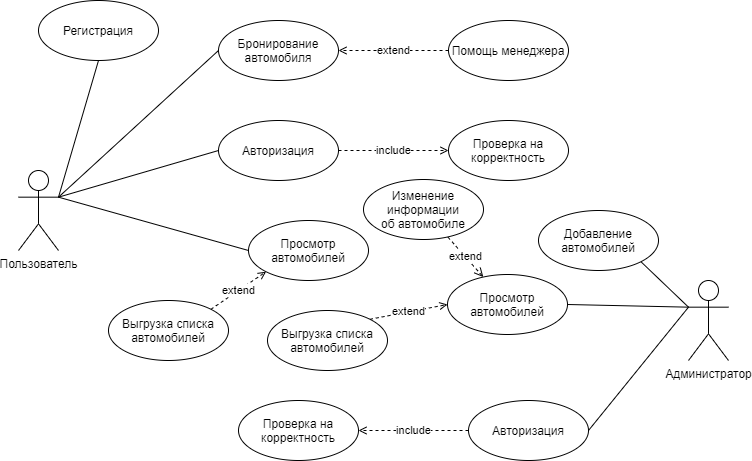
vazavur/practice_autosellerscentre keeps this draw.io diagram as Документация/Диаграмма вариантов использования.png. Above is the earlier version. Source tidied: cells renumbered, new cells last; positions are measured from the earlier drawing's top-left corner, leaving out a move shared by most shapes. Its diagram source:
```xml
<mxGraphModel>
  <root>
    <mxCell id="0" />
    <mxCell id="1" parent="0" />
    <mxCell id="2" style="rounded=0;jettySize=auto;html=1;exitX=1;exitY=0.3333333333333333;exitDx=0;exitDy=0;exitPerimeter=0;entryX=0;entryY=0.5;entryDx=0;entryDy=0;endArrow=none;endFill=0;" parent="1" edge="1" source="6" target="12">
      <mxGeometry relative="1" as="geometry" />
    </mxCell>
    <mxCell id="3" style="edgeStyle=none;rounded=0;jettySize=auto;html=1;exitX=1;exitY=0.3333333333333333;exitDx=0;exitDy=0;exitPerimeter=0;entryX=0;entryY=0.5;entryDx=0;entryDy=0;endArrow=none;endFill=0;" parent="1" edge="1" source="6" target="20">
      <mxGeometry relative="1" as="geometry" />
    </mxCell>
    <mxCell id="4" style="rounded=0;jettySize=auto;html=1;exitX=1;exitY=0.3333333333333333;exitDx=0;exitDy=0;exitPerimeter=0;entryX=0;entryY=0.5;entryDx=0;entryDy=0;endArrow=none;endFill=0;" parent="1" edge="1" source="6" target="21">
      <mxGeometry relative="1" as="geometry" />
    </mxCell>
    <mxCell id="5" style="rounded=0;jettySize=auto;html=1;exitX=1;exitY=0.3333333333333333;exitDx=0;exitDy=0;exitPerimeter=0;entryX=0.5;entryY=1;entryDx=0;entryDy=0;endArrow=none;endFill=0;" parent="1" edge="1" source="6" target="24">
      <mxGeometry relative="1" as="geometry" />
    </mxCell>
    <mxCell id="6" value="Пользователь" style="shape=umlActor;verticalLabelPosition=bottom;verticalAlign=top;html=1;outlineConnect=0;" parent="1" vertex="1">
      <mxGeometry y="170" width="40" height="80" as="geometry" />
    </mxCell>
    <mxCell id="7" style="edgeStyle=none;rounded=0;jettySize=auto;html=1;exitX=0;exitY=0.3333333333333333;exitDx=0;exitDy=0;exitPerimeter=0;endArrow=none;endFill=0;entryX=1;entryY=0.5;entryDx=0;entryDy=0;" parent="1" edge="1" source="10" target="15">
      <mxGeometry relative="1" as="geometry" />
    </mxCell>
    <mxCell id="8" style="edgeStyle=none;rounded=0;jettySize=auto;html=1;exitX=0;exitY=0.3333333333333333;exitDx=0;exitDy=0;exitPerimeter=0;entryX=1;entryY=0.5;entryDx=0;entryDy=0;endArrow=none;endFill=0;" parent="1" edge="1" source="10" target="18">
      <mxGeometry relative="1" as="geometry" />
    </mxCell>
    <mxCell id="9" style="edgeStyle=none;rounded=0;jettySize=auto;html=1;exitX=0;exitY=0.3333333333333333;exitDx=0;exitDy=0;exitPerimeter=0;entryX=1;entryY=1;entryDx=0;entryDy=0;endArrow=none;endFill=0;" parent="1" edge="1" source="10" target="19">
      <mxGeometry relative="1" as="geometry" />
    </mxCell>
    <mxCell id="10" value="Администратор" style="shape=umlActor;verticalLabelPosition=bottom;verticalAlign=top;html=1;outlineConnect=0;" parent="1" vertex="1">
      <mxGeometry x="670" y="280" width="40" height="80" as="geometry" />
    </mxCell>
    <mxCell id="11" value="include" style="edgeStyle=none;rounded=0;jettySize=auto;html=1;endArrow=open;endFill=0;dashed=1;" parent="1" edge="1" source="12" target="13">
      <mxGeometry relative="1" as="geometry" />
    </mxCell>
    <mxCell id="12" value="Авторизация" style="ellipse;whiteSpace=wrap;html=1;" parent="1" vertex="1">
      <mxGeometry x="200" y="120" width="120" height="60" as="geometry" />
    </mxCell>
    <mxCell id="13" value="Проверка на корректность" style="ellipse;whiteSpace=wrap;html=1;" parent="1" vertex="1">
      <mxGeometry x="430" y="120" width="120" height="60" as="geometry" />
    </mxCell>
    <mxCell id="14" value="include" style="edgeStyle=none;rounded=0;jettySize=auto;html=1;exitX=0;exitY=0.5;exitDx=0;exitDy=0;entryX=1;entryY=0.5;entryDx=0;entryDy=0;endArrow=open;endFill=0;dashed=1;" parent="1" edge="1" source="15" target="16">
      <mxGeometry relative="1" as="geometry" />
    </mxCell>
    <mxCell id="15" value="Авторизация" style="ellipse;whiteSpace=wrap;html=1;" parent="1" vertex="1">
      <mxGeometry x="450" y="400" width="120" height="60" as="geometry" />
    </mxCell>
    <mxCell id="16" value="Проверка на корректность" style="ellipse;whiteSpace=wrap;html=1;" parent="1" vertex="1">
      <mxGeometry x="220" y="400" width="120" height="60" as="geometry" />
    </mxCell>
    <mxCell id="17" value="extend" style="edgeStyle=none;rounded=0;jettySize=auto;html=1;endArrow=none;endFill=0;startArrow=open;startFill=0;dashed=1;endSize=6;startSize=7;" parent="1" edge="1" source="18" target="25">
      <mxGeometry relative="1" as="geometry" />
    </mxCell>
    <mxCell id="18" value="Просмотр автомобилей" style="ellipse;whiteSpace=wrap;html=1;" parent="1" vertex="1">
      <mxGeometry x="429" y="274" width="120" height="60" as="geometry" />
    </mxCell>
    <mxCell id="19" value="Добавление автомобилей" style="ellipse;whiteSpace=wrap;html=1;" parent="1" vertex="1">
      <mxGeometry x="520" y="210" width="120" height="60" as="geometry" />
    </mxCell>
    <mxCell id="20" value="Просмотр автомобилей" style="ellipse;whiteSpace=wrap;html=1;" parent="1" vertex="1">
      <mxGeometry x="230" y="220" width="120" height="60" as="geometry" />
    </mxCell>
    <mxCell id="21" value="Бронирование&lt;br&gt;автомобиля" style="ellipse;whiteSpace=wrap;html=1;" parent="1" vertex="1">
      <mxGeometry x="200" y="20" width="120" height="60" as="geometry" />
    </mxCell>
    <mxCell id="22" value="extend" style="edgeStyle=none;rounded=0;jettySize=auto;html=1;exitX=0;exitY=0.5;exitDx=0;exitDy=0;entryX=1;entryY=0.5;entryDx=0;entryDy=0;endArrow=open;endFill=0;dashed=1;" parent="1" edge="1" source="23" target="21">
      <mxGeometry relative="1" as="geometry" />
    </mxCell>
    <mxCell id="23" value="Помощь менеджера" style="ellipse;whiteSpace=wrap;html=1;" parent="1" vertex="1">
      <mxGeometry x="430" y="20" width="120" height="60" as="geometry" />
    </mxCell>
    <mxCell id="24" value="Регистрация" style="ellipse;whiteSpace=wrap;html=1;" parent="1" vertex="1">
      <mxGeometry x="20" width="120" height="60" as="geometry" />
    </mxCell>
    <mxCell id="25" value="Изменение&lt;br&gt;информации&lt;br&gt;об автомобиле" style="ellipse;whiteSpace=wrap;html=1;" parent="1" vertex="1">
      <mxGeometry x="345" y="179" width="120" height="60" as="geometry" />
    </mxCell>
    <mxCell id="26" value="extend" style="rounded=0;jettySize=auto;html=1;exitX=1;exitY=0;exitDx=0;exitDy=0;entryX=0;entryY=1;entryDx=0;entryDy=0;dashed=1;endArrow=open;endFill=0;" parent="1" edge="1" source="27" target="20">
      <mxGeometry relative="1" as="geometry" />
    </mxCell>
    <mxCell id="27" value="Выгрузка списка&lt;br&gt;автомобилей" style="ellipse;whiteSpace=wrap;html=1;" parent="1" vertex="1">
      <mxGeometry x="90" y="300" width="120" height="60" as="geometry" />
    </mxCell>
    <mxCell id="28" value="extend" style="edgeStyle=none;rounded=0;jettySize=auto;html=1;exitX=1;exitY=0;exitDx=0;exitDy=0;entryX=0;entryY=0.5;entryDx=0;entryDy=0;dashed=1;endArrow=open;endFill=0;" parent="1" edge="1" source="29" target="18">
      <mxGeometry relative="1" as="geometry" />
    </mxCell>
    <mxCell id="29" value="Выгрузка списка&lt;br&gt;автомобилей" style="ellipse;whiteSpace=wrap;html=1;" parent="1" vertex="1">
      <mxGeometry x="249" y="310" width="120" height="60" as="geometry" />
    </mxCell>
  </root>
</mxGraphModel>
```
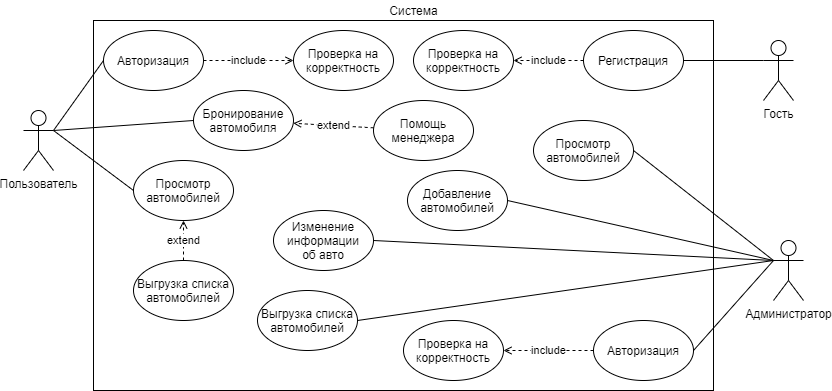
Above is the later version.

Change to the diagram source:
```diff
@@ -2,89 +2,104 @@
   <root>
     <mxCell id="0" />
     <mxCell id="1" parent="0" />
-    <mxCell id="2" style="rounded=0;jettySize=auto;html=1;exitX=1;exitY=0.3333333333333333;exitDx=0;exitDy=0;exitPerimeter=0;entryX=0;entryY=0.5;entryDx=0;entryDy=0;endArrow=none;endFill=0;" parent="1" edge="1" source="6" target="12">
-      <mxGeometry relative="1" as="geometry" />
-    </mxCell>
-    <mxCell id="3" style="edgeStyle=none;rounded=0;jettySize=auto;html=1;exitX=1;exitY=0.3333333333333333;exitDx=0;exitDy=0;exitPerimeter=0;entryX=0;entryY=0.5;entryDx=0;entryDy=0;endArrow=none;endFill=0;" parent="1" edge="1" source="6" target="20">
-      <mxGeometry relative="1" as="geometry" />
-    </mxCell>
+    <mxCell id="30" style="rounded=0;whiteSpace=wrap;html=1;" parent="1" vertex="1">
+      <mxGeometry x="20" y="30" width="620" height="370" as="geometry" />
+    </mxCell>
+    <mxCell id="31" style="edgeStyle=none;rounded=0;jettySize=auto;html=1;exitX=1;exitY=0.3333333333333333;exitDx=0;exitDy=0;exitPerimeter=0;entryX=0;entryY=0.5;entryDx=0;entryDy=0;endArrow=none;endFill=0;" parent="1" edge="1" source="6" target="41">
+      <mxGeometry relative="1" as="geometry" />
+    </mxCell>
+    <mxCell id="32" style="edgeStyle=none;rounded=0;jettySize=auto;html=1;exitX=1;exitY=0.3333333333333333;exitDx=0;exitDy=0;exitPerimeter=0;entryX=0;entryY=0.5;entryDx=0;entryDy=0;endArrow=none;endFill=0;" parent="1" edge="1" source="6" target="43">
+      <mxGeometry relative="1" as="geometry" />
+    </mxCell>
-    <mxCell id="4" style="rounded=0;jettySize=auto;html=1;exitX=1;exitY=0.3333333333333333;exitDx=0;exitDy=0;exitPerimeter=0;entryX=0;entryY=0.5;entryDx=0;entryDy=0;endArrow=none;endFill=0;" parent="1" edge="1" source="6" target="21">
+    <mxCell id="4" style="edgeStyle=none;rounded=0;jettySize=auto;html=1;exitX=1;exitY=0.3333333333333333;exitDx=0;exitDy=0;exitPerimeter=0;entryX=0;entryY=0.5;entryDx=0;entryDy=0;endArrow=none;endFill=0;" parent="1" edge="1" source="6" target="21">
       <mxGeometry relative="1" as="geometry" />
     </mxCell>
-    <mxCell id="5" style="rounded=0;jettySize=auto;html=1;exitX=1;exitY=0.3333333333333333;exitDx=0;exitDy=0;exitPerimeter=0;entryX=0.5;entryY=1;entryDx=0;entryDy=0;endArrow=none;endFill=0;" parent="1" edge="1" source="6" target="24">
-      <mxGeometry relative="1" as="geometry" />
-    </mxCell>
     <mxCell id="6" value="Пользователь" style="shape=umlActor;verticalLabelPosition=bottom;verticalAlign=top;html=1;outlineConnect=0;" parent="1" vertex="1">
-      <mxGeometry y="170" width="40" height="80" as="geometry" />
+      <mxGeometry x="-50" y="120" width="30" height="60" as="geometry" />
     </mxCell>
-    <mxCell id="7" style="edgeStyle=none;rounded=0;jettySize=auto;html=1;exitX=0;exitY=0.3333333333333333;exitDx=0;exitDy=0;exitPerimeter=0;endArrow=none;endFill=0;entryX=1;entryY=0.5;entryDx=0;entryDy=0;" parent="1" edge="1" source="10" target="15">
-      <mxGeometry relative="1" as="geometry" />
-    </mxCell>
-    <mxCell id="8" style="edgeStyle=none;rounded=0;jettySize=auto;html=1;exitX=0;exitY=0.3333333333333333;exitDx=0;exitDy=0;exitPerimeter=0;entryX=1;entryY=0.5;entryDx=0;entryDy=0;endArrow=none;endFill=0;" parent="1" edge="1" source="10" target="18">
-      <mxGeometry relative="1" as="geometry" />
-    </mxCell>
+    <mxCell id="33" style="edgeStyle=none;rounded=0;jettySize=auto;html=1;exitX=0;exitY=0.3333333333333333;exitDx=0;exitDy=0;exitPerimeter=0;entryX=1;entryY=0.5;entryDx=0;entryDy=0;endArrow=none;endFill=0;" parent="1" edge="1" source="10" target="46">
+      <mxGeometry relative="1" as="geometry" />
+    </mxCell>
-    <mxCell id="9" style="edgeStyle=none;rounded=0;jettySize=auto;html=1;exitX=0;exitY=0.3333333333333333;exitDx=0;exitDy=0;exitPerimeter=0;entryX=1;entryY=1;entryDx=0;entryDy=0;endArrow=none;endFill=0;" parent="1" edge="1" source="10" target="19">
+    <mxCell id="9" style="edgeStyle=none;rounded=0;jettySize=auto;html=1;exitX=0;exitY=0.3333333333333333;exitDx=0;exitDy=0;exitPerimeter=0;entryX=1;entryY=0.5;entryDx=0;entryDy=0;endArrow=none;endFill=0;" parent="1" edge="1" source="10" target="19">
       <mxGeometry relative="1" as="geometry" />
     </mxCell>
+    <mxCell id="34" style="edgeStyle=none;rounded=0;jettySize=auto;html=1;exitX=0;exitY=0.3333333333333333;exitDx=0;exitDy=0;exitPerimeter=0;entryX=1;entryY=0.5;entryDx=0;entryDy=0;endArrow=none;endFill=0;" parent="1" edge="1" source="10" target="49">
+      <mxGeometry relative="1" as="geometry" />
+    </mxCell>
+    <mxCell id="35" style="edgeStyle=none;rounded=0;jettySize=auto;html=1;exitX=0;exitY=0.3333333333333333;exitDx=0;exitDy=0;exitPerimeter=0;entryX=1;entryY=0.5;entryDx=0;entryDy=0;endArrow=none;endFill=0;" parent="1" edge="1" source="10" target="47">
+      <mxGeometry relative="1" as="geometry" />
+    </mxCell>
+    <mxCell id="36" style="edgeStyle=none;rounded=0;jettySize=auto;html=1;exitX=0;exitY=0.3333333333333333;exitDx=0;exitDy=0;exitPerimeter=0;entryX=1;entryY=0.5;entryDx=0;entryDy=0;endArrow=none;endFill=0;" parent="1" edge="1" source="10" target="51">
+      <mxGeometry relative="1" as="geometry" />
+    </mxCell>
     <mxCell id="10" value="Администратор" style="shape=umlActor;verticalLabelPosition=bottom;verticalAlign=top;html=1;outlineConnect=0;" parent="1" vertex="1">
-      <mxGeometry x="670" y="280" width="40" height="80" as="geometry" />
+      <mxGeometry x="700" y="250" width="30" height="60" as="geometry" />
     </mxCell>
-    <mxCell id="11" value="include" style="edgeStyle=none;rounded=0;jettySize=auto;html=1;endArrow=open;endFill=0;dashed=1;" parent="1" edge="1" source="12" target="13">
+    <mxCell id="11" value="include" style="edgeStyle=none;rounded=0;jettySize=auto;html=1;endArrow=open;endFill=0;dashed=1;" parent="1" edge="1" source="24" target="39">
       <mxGeometry relative="1" as="geometry" />
     </mxCell>
-    <mxCell id="12" value="Авторизация" style="ellipse;whiteSpace=wrap;html=1;" parent="1" vertex="1">
-      <mxGeometry x="200" y="120" width="120" height="60" as="geometry" />
-    </mxCell>
-    <mxCell id="13" value="Проверка на корректность" style="ellipse;whiteSpace=wrap;html=1;" parent="1" vertex="1">
-      <mxGeometry x="430" y="120" width="120" height="60" as="geometry" />
-    </mxCell>
-    <mxCell id="14" value="include" style="edgeStyle=none;rounded=0;jettySize=auto;html=1;exitX=0;exitY=0.5;exitDx=0;exitDy=0;entryX=1;entryY=0.5;entryDx=0;entryDy=0;endArrow=open;endFill=0;dashed=1;" parent="1" edge="1" source="15" target="16">
-      <mxGeometry relative="1" as="geometry" />
-    </mxCell>
-    <mxCell id="15" value="Авторизация" style="ellipse;whiteSpace=wrap;html=1;" parent="1" vertex="1">
-      <mxGeometry x="450" y="400" width="120" height="60" as="geometry" />
-    </mxCell>
-    <mxCell id="16" value="Проверка на корректность" style="ellipse;whiteSpace=wrap;html=1;" parent="1" vertex="1">
-      <mxGeometry x="220" y="400" width="120" height="60" as="geometry" />
-    </mxCell>
-    <mxCell id="17" value="extend" style="edgeStyle=none;rounded=0;jettySize=auto;html=1;endArrow=none;endFill=0;startArrow=open;startFill=0;dashed=1;endSize=6;startSize=7;" parent="1" edge="1" source="18" target="25">
-      <mxGeometry relative="1" as="geometry" />
-    </mxCell>
-    <mxCell id="18" value="Просмотр автомобилей" style="ellipse;whiteSpace=wrap;html=1;" parent="1" vertex="1">
-      <mxGeometry x="429" y="274" width="120" height="60" as="geometry" />
-    </mxCell>
-    <mxCell id="19" value="Добавление автомобилей" style="ellipse;whiteSpace=wrap;html=1;" parent="1" vertex="1">
-      <mxGeometry x="520" y="210" width="120" height="60" as="geometry" />
-    </mxCell>
-    <mxCell id="20" value="Просмотр автомобилей" style="ellipse;whiteSpace=wrap;html=1;" parent="1" vertex="1">
-      <mxGeometry x="230" y="220" width="120" height="60" as="geometry" />
-    </mxCell>
+    <mxCell id="24" value="Регистрация" style="ellipse;whiteSpace=wrap;html=1;" parent="1" vertex="1">
+      <mxGeometry x="510" y="40" width="100" height="60" as="geometry" />
+    </mxCell>
+    <mxCell id="37" style="rounded=0;jettySize=auto;html=1;exitX=0;exitY=0.3333333333333333;exitDx=0;exitDy=0;exitPerimeter=0;entryX=1;entryY=0.5;entryDx=0;entryDy=0;endArrow=none;endFill=0;" parent="1" edge="1" source="38" target="24">
+      <mxGeometry relative="1" as="geometry" />
+    </mxCell>
+    <mxCell id="38" value="Гость" style="shape=umlActor;verticalLabelPosition=bottom;verticalAlign=top;html=1;outlineConnect=0;" parent="1" vertex="1">
+      <mxGeometry x="690" y="50" width="30" height="60" as="geometry" />
+    </mxCell>
+    <mxCell id="39" value="Проверка на корректность" style="ellipse;whiteSpace=wrap;html=1;" parent="1" vertex="1">
+      <mxGeometry x="340" y="40" width="100" height="60" as="geometry" />
+    </mxCell>
+    <mxCell id="40" value="include" style="edgeStyle=none;rounded=0;jettySize=auto;html=1;exitX=1;exitY=0.5;exitDx=0;exitDy=0;entryX=0;entryY=0.5;entryDx=0;entryDy=0;dashed=1;endArrow=open;endFill=0;" parent="1" edge="1" source="41" target="42">
+      <mxGeometry relative="1" as="geometry" />
+    </mxCell>
+    <mxCell id="41" value="Авторизация" style="ellipse;whiteSpace=wrap;html=1;" parent="1" vertex="1">
+      <mxGeometry x="30" y="40" width="100" height="60" as="geometry" />
+    </mxCell>
+    <mxCell id="42" value="Проверка на корректность" style="ellipse;whiteSpace=wrap;html=1;" parent="1" vertex="1">
+      <mxGeometry x="220" y="40" width="100" height="60" as="geometry" />
+    </mxCell>
-    <mxCell id="21" value="Бронирование&lt;br&gt;автомобиля" style="ellipse;whiteSpace=wrap;html=1;" parent="1" vertex="1">
-      <mxGeometry x="200" y="20" width="120" height="60" as="geometry" />
+    <mxCell id="21" value="Бронирование автомобиля" style="ellipse;whiteSpace=wrap;html=1;" parent="1" vertex="1">
+      <mxGeometry x="120" y="100" width="100" height="60" as="geometry" />
     </mxCell>
-    <mxCell id="22" value="extend" style="edgeStyle=none;rounded=0;jettySize=auto;html=1;exitX=0;exitY=0.5;exitDx=0;exitDy=0;entryX=1;entryY=0.5;entryDx=0;entryDy=0;endArrow=open;endFill=0;dashed=1;" parent="1" edge="1" source="23" target="21">
+    <mxCell id="22" value="extend" style="edgeStyle=none;rounded=0;jettySize=auto;html=1;dashed=1;endArrow=open;endFill=0;" parent="1" edge="1" source="23" target="21">
       <mxGeometry relative="1" as="geometry" />
     </mxCell>
     <mxCell id="23" value="Помощь менеджера" style="ellipse;whiteSpace=wrap;html=1;" parent="1" vertex="1">
-      <mxGeometry x="430" y="20" width="120" height="60" as="geometry" />
+      <mxGeometry x="300" y="110" width="100" height="60" as="geometry" />
     </mxCell>
-    <mxCell id="24" value="Регистрация" style="ellipse;whiteSpace=wrap;html=1;" parent="1" vertex="1">
-      <mxGeometry x="20" width="120" height="60" as="geometry" />
-    </mxCell>
-    <mxCell id="25" value="Изменение&lt;br&gt;информации&lt;br&gt;об автомобиле" style="ellipse;whiteSpace=wrap;html=1;" parent="1" vertex="1">
-      <mxGeometry x="345" y="179" width="120" height="60" as="geometry" />
-    </mxCell>
-    <mxCell id="26" value="extend" style="rounded=0;jettySize=auto;html=1;exitX=1;exitY=0;exitDx=0;exitDy=0;entryX=0;entryY=1;entryDx=0;entryDy=0;dashed=1;endArrow=open;endFill=0;" parent="1" edge="1" source="27" target="20">
-      <mxGeometry relative="1" as="geometry" />
-    </mxCell>
-    <mxCell id="27" value="Выгрузка списка&lt;br&gt;автомобилей" style="ellipse;whiteSpace=wrap;html=1;" parent="1" vertex="1">
-      <mxGeometry x="90" y="300" width="120" height="60" as="geometry" />
-    </mxCell>
-    <mxCell id="28" value="extend" style="edgeStyle=none;rounded=0;jettySize=auto;html=1;exitX=1;exitY=0;exitDx=0;exitDy=0;entryX=0;entryY=0.5;entryDx=0;entryDy=0;dashed=1;endArrow=open;endFill=0;" parent="1" edge="1" source="29" target="18">
-      <mxGeometry relative="1" as="geometry" />
-    </mxCell>
-    <mxCell id="29" value="Выгрузка списка&lt;br&gt;автомобилей" style="ellipse;whiteSpace=wrap;html=1;" parent="1" vertex="1">
-      <mxGeometry x="249" y="310" width="120" height="60" as="geometry" />
-    </mxCell>
+    <mxCell id="43" value="Просмотр автомобилей" style="ellipse;whiteSpace=wrap;html=1;" parent="1" vertex="1">
+      <mxGeometry x="60" y="170" width="100" height="60" as="geometry" />
+    </mxCell>
+    <mxCell id="44" value="extend" style="edgeStyle=none;rounded=0;jettySize=auto;html=1;exitX=0.5;exitY=0;exitDx=0;exitDy=0;dashed=1;endArrow=open;endFill=0;" parent="1" edge="1" source="45" target="43">
+      <mxGeometry relative="1" as="geometry" />
+    </mxCell>
+    <mxCell id="45" value="Выгрузка списка&lt;br&gt;автомобилей" style="ellipse;whiteSpace=wrap;html=1;" parent="1" vertex="1">
+      <mxGeometry x="60" y="270" width="100" height="60" as="geometry" />
+    </mxCell>
+    <mxCell id="46" value="Просмотр автомобилей" style="ellipse;whiteSpace=wrap;html=1;" parent="1" vertex="1">
+      <mxGeometry x="460" y="130" width="100" height="60" as="geometry" />
+    </mxCell>
+    <mxCell id="19" value="Добавление&lt;br&gt;автомобилей" style="ellipse;whiteSpace=wrap;html=1;" parent="1" vertex="1">
+      <mxGeometry x="334" y="180" width="100" height="60" as="geometry" />
+    </mxCell>
+    <mxCell id="47" value="Изменение&lt;br&gt;информации&lt;br&gt;об авто" style="ellipse;whiteSpace=wrap;html=1;" parent="1" vertex="1">
+      <mxGeometry x="200" y="220" width="100" height="60" as="geometry" />
+    </mxCell>
+    <mxCell id="48" value="include" style="edgeStyle=none;rounded=0;jettySize=auto;html=1;exitX=0;exitY=0.5;exitDx=0;exitDy=0;entryX=1;entryY=0.5;entryDx=0;entryDy=0;dashed=1;endArrow=open;endFill=0;" parent="1" edge="1" source="49" target="50">
+      <mxGeometry relative="1" as="geometry" />
+    </mxCell>
+    <mxCell id="49" value="Авторизация" style="ellipse;whiteSpace=wrap;html=1;" parent="1" vertex="1">
+      <mxGeometry x="520" y="330" width="100" height="60" as="geometry" />
+    </mxCell>
+    <mxCell id="50" value="Проверка на корректность" style="ellipse;whiteSpace=wrap;html=1;" parent="1" vertex="1">
+      <mxGeometry x="330" y="330" width="100" height="60" as="geometry" />
+    </mxCell>
+    <mxCell id="51" value="Выгрузка списка автомобилей" style="ellipse;whiteSpace=wrap;html=1;" parent="1" vertex="1">
+      <mxGeometry x="184" y="300" width="100" height="60" as="geometry" />
+    </mxCell>
+    <mxCell id="52" value="Система" style="text;html=1;align=center;verticalAlign=middle;strokeColor=none;" parent="1" vertex="1">
+      <mxGeometry x="310" y="10" width="60" height="20" as="geometry" />
+    </mxCell>
   </root>
 </mxGraphModel>
```
